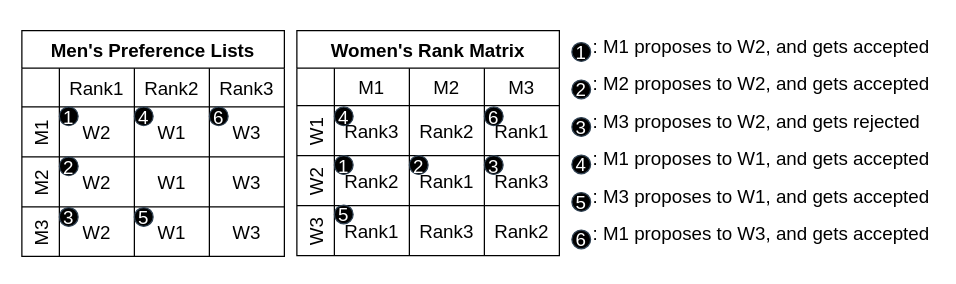
The draw.io diagram BambooSMP.drawio in victorliu-sq/BambooSMP-Figures, before the edit. Source tidied: cells renumbered, new cells numbered last; positions are measured from the earlier drawing's top-left corner, leaving out a move shared by most shapes. Both pictures are drawn from the tidied source at 125%, with x=0, y=0 at pixel (21, 26).
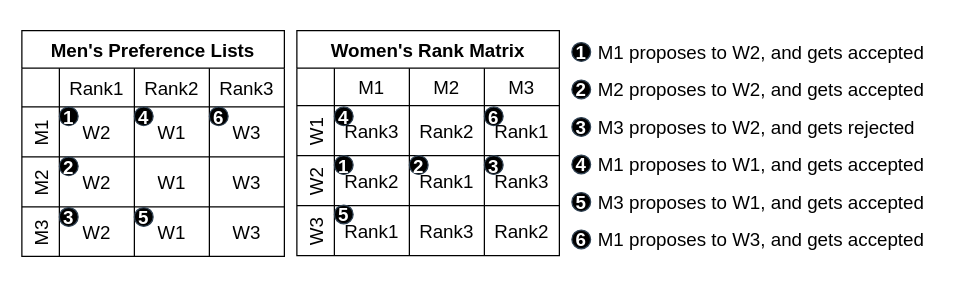
The same page after the edit.

What changed in the source:
```diff
@@
-    <mxCell id="19" value="1" style="ellipse;whiteSpace=wrap;html=1;strokeColor=#314354;align=center;verticalAlign=middle;fontFamily=Helvetica;fontSize=15;fillColor=#000000;fontColor=#ffffff;" parent="1" vertex="1">
+    <mxCell id="19" value="1" style="ellipse;whiteSpace=wrap;html=1;strokeColor=#314354;align=center;verticalAlign=middle;fontFamily=Helvetica;fontSize=15;fillColor=#000000;fontColor=#ffffff;fontStyle=1;" parent="1" vertex="1">
       <mxGeometry x="30" y="64" width="15" height="15" as="geometry" />
     </mxCell>
-    <mxCell id="20" value="2" style="ellipse;whiteSpace=wrap;html=1;strokeColor=#314354;align=center;verticalAlign=middle;fontFamily=Helvetica;fontSize=15;fillColor=#000000;fontColor=#ffffff;" parent="1" vertex="1">
+    <mxCell id="20" value="2" style="ellipse;whiteSpace=wrap;html=1;strokeColor=#314354;align=center;verticalAlign=middle;fontFamily=Helvetica;fontSize=15;fillColor=#000000;fontColor=#ffffff;fontStyle=1;" parent="1" vertex="1">
       <mxGeometry x="30" y="104" width="15" height="15" as="geometry" />
     </mxCell>
-    <mxCell id="21" value="3" style="ellipse;whiteSpace=wrap;html=1;strokeColor=#314354;align=center;verticalAlign=middle;fontFamily=Helvetica;fontSize=15;fillColor=#000000;fontColor=#ffffff;" parent="1" vertex="1">
+    <mxCell id="21" value="3" style="ellipse;whiteSpace=wrap;html=1;strokeColor=#314354;align=center;verticalAlign=middle;fontFamily=Helvetica;fontSize=15;fillColor=#000000;fontColor=#ffffff;fontStyle=1;" parent="1" vertex="1">
       <mxGeometry x="30" y="144.5" width="15" height="15" as="geometry" />
     </mxCell>
-    <mxCell id="22" value="4" style="ellipse;whiteSpace=wrap;html=1;strokeColor=#314354;align=center;verticalAlign=middle;fontFamily=Helvetica;fontSize=15;fillColor=#000000;fontColor=#ffffff;" parent="1" vertex="1">
+    <mxCell id="22" value="4" style="ellipse;whiteSpace=wrap;html=1;strokeColor=#314354;align=center;verticalAlign=middle;fontFamily=Helvetica;fontSize=15;fillColor=#000000;fontColor=#ffffff;fontStyle=1;" parent="1" vertex="1">
       <mxGeometry x="90" y="64" width="15" height="15" as="geometry" />
     </mxCell>
-    <mxCell id="23" value="5" style="ellipse;whiteSpace=wrap;html=1;strokeColor=#314354;align=center;verticalAlign=middle;fontFamily=Helvetica;fontSize=15;fillColor=#000000;fontColor=#ffffff;" parent="1" vertex="1">
+    <mxCell id="23" value="5" style="ellipse;whiteSpace=wrap;html=1;strokeColor=#314354;align=center;verticalAlign=middle;fontFamily=Helvetica;fontSize=15;fillColor=#000000;fontColor=#ffffff;fontStyle=1;" parent="1" vertex="1">
       <mxGeometry x="90" y="144.5" width="15" height="15" as="geometry" />
     </mxCell>
-    <mxCell id="24" value="6" style="ellipse;whiteSpace=wrap;html=1;strokeColor=#314354;align=center;verticalAlign=middle;fontFamily=Helvetica;fontSize=15;fillColor=#000000;fontColor=#ffffff;" parent="1" vertex="1">
+    <mxCell id="24" value="6" style="ellipse;whiteSpace=wrap;html=1;strokeColor=#314354;align=center;verticalAlign=middle;fontFamily=Helvetica;fontSize=15;fillColor=#000000;fontColor=#ffffff;fontStyle=1;" parent="1" vertex="1">
       <mxGeometry x="150" y="64" width="15" height="15" as="geometry" />
     </mxCell>
-    <mxCell id="25" value="1" style="ellipse;whiteSpace=wrap;html=1;strokeColor=#314354;align=center;verticalAlign=middle;fontFamily=Helvetica;fontSize=15;fillColor=#000000;fontColor=#ffffff;" parent="1" vertex="1">
+    <mxCell id="25" value="1" style="ellipse;whiteSpace=wrap;html=1;strokeColor=#314354;align=center;verticalAlign=middle;fontFamily=Helvetica;fontSize=15;fillColor=#000000;fontColor=#ffffff;fontStyle=1;" parent="1" vertex="1">
       <mxGeometry x="440" y="12.5" width="15" height="15" as="geometry" />
     </mxCell>
-    <mxCell id="26" value="2" style="ellipse;whiteSpace=wrap;html=1;strokeColor=#314354;align=center;verticalAlign=middle;fontFamily=Helvetica;fontSize=15;fillColor=#000000;fontColor=#ffffff;" parent="1" vertex="1">
+    <mxCell id="26" value="2" style="ellipse;whiteSpace=wrap;html=1;strokeColor=#314354;align=center;verticalAlign=middle;fontFamily=Helvetica;fontSize=15;fillColor=#000000;fontColor=#ffffff;fontStyle=1;" parent="1" vertex="1">
       <mxGeometry x="440" y="42.5" width="15" height="15" as="geometry" />
     </mxCell>
-    <mxCell id="27" value="3" style="ellipse;whiteSpace=wrap;html=1;strokeColor=#314354;align=center;verticalAlign=middle;fontFamily=Helvetica;fontSize=15;fillColor=#000000;fontColor=#ffffff;" parent="1" vertex="1">
+    <mxCell id="27" value="3" style="ellipse;whiteSpace=wrap;html=1;strokeColor=#314354;align=center;verticalAlign=middle;fontFamily=Helvetica;fontSize=15;fillColor=#000000;fontColor=#ffffff;fontStyle=1;" parent="1" vertex="1">
       <mxGeometry x="440" y="72.5" width="15" height="15" as="geometry" />
     </mxCell>
-    <mxCell id="28" value="4" style="ellipse;whiteSpace=wrap;html=1;strokeColor=#314354;align=center;verticalAlign=middle;fontFamily=Helvetica;fontSize=15;fillColor=#000000;fontColor=#ffffff;" parent="1" vertex="1">
+    <mxCell id="28" value="4" style="ellipse;whiteSpace=wrap;html=1;strokeColor=#314354;align=center;verticalAlign=middle;fontFamily=Helvetica;fontSize=15;fillColor=#000000;fontColor=#ffffff;fontStyle=1;" parent="1" vertex="1">
       <mxGeometry x="440" y="102.5" width="15" height="15" as="geometry" />
     </mxCell>
-    <mxCell id="29" value="5" style="ellipse;whiteSpace=wrap;html=1;strokeColor=#314354;align=center;verticalAlign=middle;fontFamily=Helvetica;fontSize=15;fillColor=#000000;fontColor=#ffffff;" parent="1" vertex="1">
+    <mxCell id="29" value="5" style="ellipse;whiteSpace=wrap;html=1;strokeColor=#314354;align=center;verticalAlign=middle;fontFamily=Helvetica;fontSize=15;fillColor=#000000;fontColor=#ffffff;fontStyle=1;" parent="1" vertex="1">
       <mxGeometry x="440" y="132.5" width="15" height="15" as="geometry" />
     </mxCell>
-    <mxCell id="30" value="6" style="ellipse;whiteSpace=wrap;html=1;strokeColor=#314354;align=center;verticalAlign=middle;fontFamily=Helvetica;fontSize=15;fillColor=#000000;fontColor=#ffffff;" parent="1" vertex="1">
+    <mxCell id="30" value="6" style="ellipse;whiteSpace=wrap;html=1;strokeColor=#314354;align=center;verticalAlign=middle;fontFamily=Helvetica;fontSize=15;fillColor=#000000;fontColor=#ffffff;fontStyle=1;" parent="1" vertex="1">
       <mxGeometry x="440" y="162.5" width="15" height="15" as="geometry" />
     </mxCell>
-    <mxCell id="31" value="&lt;h1 style=&quot;font-size: 15px;&quot;&gt;&lt;span style=&quot;font-size: 15px; font-weight: 400;&quot;&gt;: M1 proposes to W2, and gets accepted&lt;/span&gt;&lt;/h1&gt;" style="text;strokeColor=none;align=left;fillColor=none;html=1;verticalAlign=middle;whiteSpace=wrap;rounded=0;fontFamily=Helvetica;fontSize=15;fontColor=default;" parent="1" vertex="1">
-      <mxGeometry x="455" width="275" height="30" as="geometry" />
+    <mxCell id="31" value="&lt;h1 style=&quot;font-size: 15px;&quot;&gt;&lt;span style=&quot;font-size: 15px; font-weight: 400;&quot;&gt;&amp;nbsp;M1 proposes to W2, and gets accepted&lt;/span&gt;&lt;/h1&gt;" style="text;strokeColor=none;align=left;fillColor=none;html=1;verticalAlign=middle;whiteSpace=wrap;rounded=0;fontFamily=Helvetica;fontSize=15;fontColor=default;" parent="1" vertex="1">
+      <mxGeometry x="455" y="5" width="275" height="30" as="geometry" />
     </mxCell>
-    <mxCell id="32" value="&lt;h1 style=&quot;font-size: 15px;&quot;&gt;&lt;span style=&quot;font-size: 15px; font-weight: 400;&quot;&gt;: M2 proposes to W2, and gets accepted&lt;/span&gt;&lt;/h1&gt;" style="text;strokeColor=none;align=left;fillColor=none;html=1;verticalAlign=middle;whiteSpace=wrap;rounded=0;fontFamily=Helvetica;fontSize=15;fontColor=default;" parent="1" vertex="1">
-      <mxGeometry x="455" y="30" width="275" height="30" as="geometry" />
+    <mxCell id="32" value="&lt;h1 style=&quot;font-size: 15px;&quot;&gt;&lt;span style=&quot;font-size: 15px; font-weight: 400;&quot;&gt;&amp;nbsp;M2 proposes to W2, and gets accepted&lt;/span&gt;&lt;/h1&gt;" style="text;strokeColor=none;align=left;fillColor=none;html=1;verticalAlign=middle;whiteSpace=wrap;rounded=0;fontFamily=Helvetica;fontSize=15;fontColor=default;" parent="1" vertex="1">
+      <mxGeometry x="455" y="35" width="275" height="30" as="geometry" />
     </mxCell>
-    <mxCell id="33" value="&lt;h1 style=&quot;font-size: 15px;&quot;&gt;&lt;span style=&quot;font-size: 15px; font-weight: 400;&quot;&gt;: M3 proposes to W2, and gets rejected&lt;/span&gt;&lt;/h1&gt;" style="text;strokeColor=none;align=left;fillColor=none;html=1;verticalAlign=middle;whiteSpace=wrap;rounded=0;fontFamily=Helvetica;fontSize=15;fontColor=default;" parent="1" vertex="1">
-      <mxGeometry x="455" y="60" width="275" height="30" as="geometry" />
+    <mxCell id="33" value="&lt;h1 style=&quot;font-size: 15px;&quot;&gt;&lt;span style=&quot;font-size: 15px; font-weight: 400;&quot;&gt;&amp;nbsp;M3 proposes to W2, and gets rejected&lt;/span&gt;&lt;/h1&gt;" style="text;strokeColor=none;align=left;fillColor=none;html=1;verticalAlign=middle;whiteSpace=wrap;rounded=0;fontFamily=Helvetica;fontSize=15;fontColor=default;" parent="1" vertex="1">
+      <mxGeometry x="455" y="65" width="275" height="30" as="geometry" />
     </mxCell>
-    <mxCell id="34" value="&lt;h1 style=&quot;font-size: 15px;&quot;&gt;&lt;span style=&quot;font-size: 15px; font-weight: 400;&quot;&gt;: M1 proposes to W1, and gets accepted&lt;/span&gt;&lt;/h1&gt;" style="text;strokeColor=none;align=left;fillColor=none;html=1;verticalAlign=middle;whiteSpace=wrap;rounded=0;fontFamily=Helvetica;fontSize=15;fontColor=default;" parent="1" vertex="1">
-      <mxGeometry x="455" y="90" width="275" height="30" as="geometry" />
+    <mxCell id="34" value="&lt;h1 style=&quot;font-size: 15px;&quot;&gt;&lt;span style=&quot;font-size: 15px; font-weight: 400;&quot;&gt;&amp;nbsp;M1 proposes to W1, and gets accepted&lt;/span&gt;&lt;/h1&gt;" style="text;strokeColor=none;align=left;fillColor=none;html=1;verticalAlign=middle;whiteSpace=wrap;rounded=0;fontFamily=Helvetica;fontSize=15;fontColor=default;" parent="1" vertex="1">
+      <mxGeometry x="455" y="95" width="275" height="30" as="geometry" />
     </mxCell>
-    <mxCell id="35" value="&lt;h1 style=&quot;font-size: 15px;&quot;&gt;&lt;span style=&quot;font-size: 15px; font-weight: 400;&quot;&gt;: M3 proposes to W1, and gets accepted&lt;/span&gt;&lt;/h1&gt;" style="text;strokeColor=none;align=left;fillColor=none;html=1;verticalAlign=middle;whiteSpace=wrap;rounded=0;fontFamily=Helvetica;fontSize=15;fontColor=default;" parent="1" vertex="1">
-      <mxGeometry x="455" y="120" width="275" height="30" as="geometry" />
+    <mxCell id="35" value="&lt;h1 style=&quot;font-size: 15px;&quot;&gt;&lt;span style=&quot;font-size: 15px; font-weight: 400;&quot;&gt;&amp;nbsp;M3 proposes to W1, and gets accepted&lt;/span&gt;&lt;/h1&gt;" style="text;strokeColor=none;align=left;fillColor=none;html=1;verticalAlign=middle;whiteSpace=wrap;rounded=0;fontFamily=Helvetica;fontSize=15;fontColor=default;" parent="1" vertex="1">
+      <mxGeometry x="455" y="125" width="275" height="30" as="geometry" />
     </mxCell>
-    <mxCell id="36" value="&lt;h1 style=&quot;font-size: 15px;&quot;&gt;&lt;span style=&quot;font-size: 15px; font-weight: 400;&quot;&gt;: M1 proposes to W3, and gets accepted&lt;/span&gt;&lt;/h1&gt;" style="text;strokeColor=none;align=left;fillColor=none;html=1;verticalAlign=middle;whiteSpace=wrap;rounded=0;fontFamily=Helvetica;fontSize=15;fontColor=default;" parent="1" vertex="1">
-      <mxGeometry x="455" y="150" width="275" height="30" as="geometry" />
+    <mxCell id="36" value="&lt;h1 style=&quot;font-size: 15px;&quot;&gt;&lt;span style=&quot;font-size: 15px; font-weight: 400;&quot;&gt;&amp;nbsp;M1 proposes to W3, and gets accepted&lt;/span&gt;&lt;/h1&gt;" style="text;strokeColor=none;align=left;fillColor=none;html=1;verticalAlign=middle;whiteSpace=wrap;rounded=0;fontFamily=Helvetica;fontSize=15;fontColor=default;" parent="1" vertex="1">
+      <mxGeometry x="455" y="155" width="275" height="30" as="geometry" />
     </mxCell>
@@
-    <mxCell id="54" value="1" style="ellipse;whiteSpace=wrap;html=1;strokeColor=#314354;align=center;verticalAlign=middle;fontFamily=Helvetica;fontSize=15;fillColor=#000000;fontColor=#ffffff;" parent="1" vertex="1">
+    <mxCell id="54" value="1" style="ellipse;whiteSpace=wrap;html=1;strokeColor=#314354;align=center;verticalAlign=middle;fontFamily=Helvetica;fontSize=15;fillColor=#000000;fontColor=#ffffff;fontStyle=1;" parent="1" vertex="1">
       <mxGeometry x="250" y="103" width="15" height="15" as="geometry" />
     </mxCell>
-    <mxCell id="55" value="2" style="ellipse;whiteSpace=wrap;html=1;strokeColor=#314354;align=center;verticalAlign=middle;fontFamily=Helvetica;fontSize=15;fillColor=#000000;fontColor=#ffffff;" parent="1" vertex="1">
+    <mxCell id="55" value="2" style="ellipse;whiteSpace=wrap;html=1;strokeColor=#314354;align=center;verticalAlign=middle;fontFamily=Helvetica;fontSize=15;fillColor=#000000;fontColor=#ffffff;fontStyle=1;" parent="1" vertex="1">
       <mxGeometry x="310" y="103" width="15" height="15" as="geometry" />
     </mxCell>
-    <mxCell id="56" value="3" style="ellipse;whiteSpace=wrap;html=1;strokeColor=#314354;align=center;verticalAlign=middle;fontFamily=Helvetica;fontSize=15;fillColor=#000000;fontColor=#ffffff;" parent="1" vertex="1">
+    <mxCell id="56" value="3" style="ellipse;whiteSpace=wrap;html=1;strokeColor=#314354;align=center;verticalAlign=middle;fontFamily=Helvetica;fontSize=15;fillColor=#000000;fontColor=#ffffff;fontStyle=1;" parent="1" vertex="1">
       <mxGeometry x="370" y="103" width="15" height="15" as="geometry" />
     </mxCell>
-    <mxCell id="57" value="6" style="ellipse;whiteSpace=wrap;html=1;strokeColor=#314354;align=center;verticalAlign=middle;fontFamily=Helvetica;fontSize=15;fillColor=#000000;fontColor=#ffffff;" parent="1" vertex="1">
+    <mxCell id="57" value="6" style="ellipse;whiteSpace=wrap;html=1;strokeColor=#314354;align=center;verticalAlign=middle;fontFamily=Helvetica;fontSize=15;fillColor=#000000;fontColor=#ffffff;fontStyle=1;" parent="1" vertex="1">
       <mxGeometry x="370" y="64" width="15" height="15" as="geometry" />
     </mxCell>
-    <mxCell id="58" value="4" style="ellipse;whiteSpace=wrap;html=1;strokeColor=#314354;align=center;verticalAlign=middle;fontFamily=Helvetica;fontSize=15;fillColor=#000000;fontColor=#ffffff;" parent="1" vertex="1">
+    <mxCell id="58" value="4" style="ellipse;whiteSpace=wrap;html=1;strokeColor=#314354;align=center;verticalAlign=middle;fontFamily=Helvetica;fontSize=15;fillColor=#000000;fontColor=#ffffff;fontStyle=1;" parent="1" vertex="1">
       <mxGeometry x="250" y="64" width="15" height="15" as="geometry" />
     </mxCell>
-    <mxCell id="59" value="5" style="ellipse;whiteSpace=wrap;html=1;strokeColor=#314354;align=center;verticalAlign=middle;fontFamily=Helvetica;fontSize=15;fillColor=#000000;fontColor=#ffffff;" parent="1" vertex="1">
+    <mxCell id="59" value="5" style="ellipse;whiteSpace=wrap;html=1;strokeColor=#314354;align=center;verticalAlign=middle;fontFamily=Helvetica;fontSize=15;fillColor=#000000;fontColor=#ffffff;fontStyle=1;" parent="1" vertex="1">
       <mxGeometry x="250" y="142.5" width="15" height="15" as="geometry" />
     </mxCell>
```
